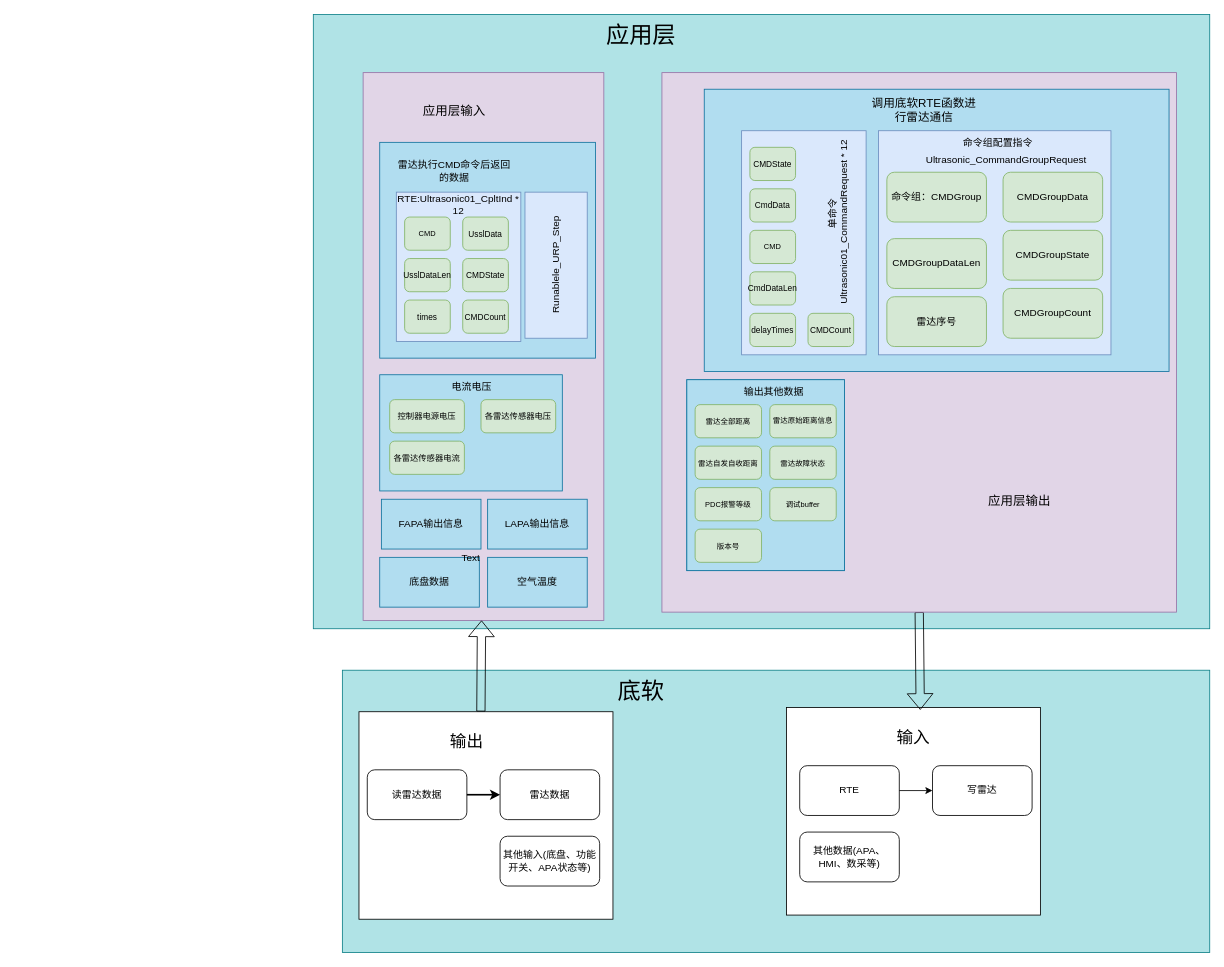
The draw.io diagram page "第 9 页" (6 of 6) of YDU2.0/YDU2.0算法架构.drawio in bugquella/diagrams, before the edit. Source tidied: cells renumbered, new cells numbered last; positions are measured from the earlier drawing's top-left corner, leaving out a move shared by most shapes. Both pictures are drawn from the tidied source at 83%, with x=0, y=0 at pixel (313, 14).
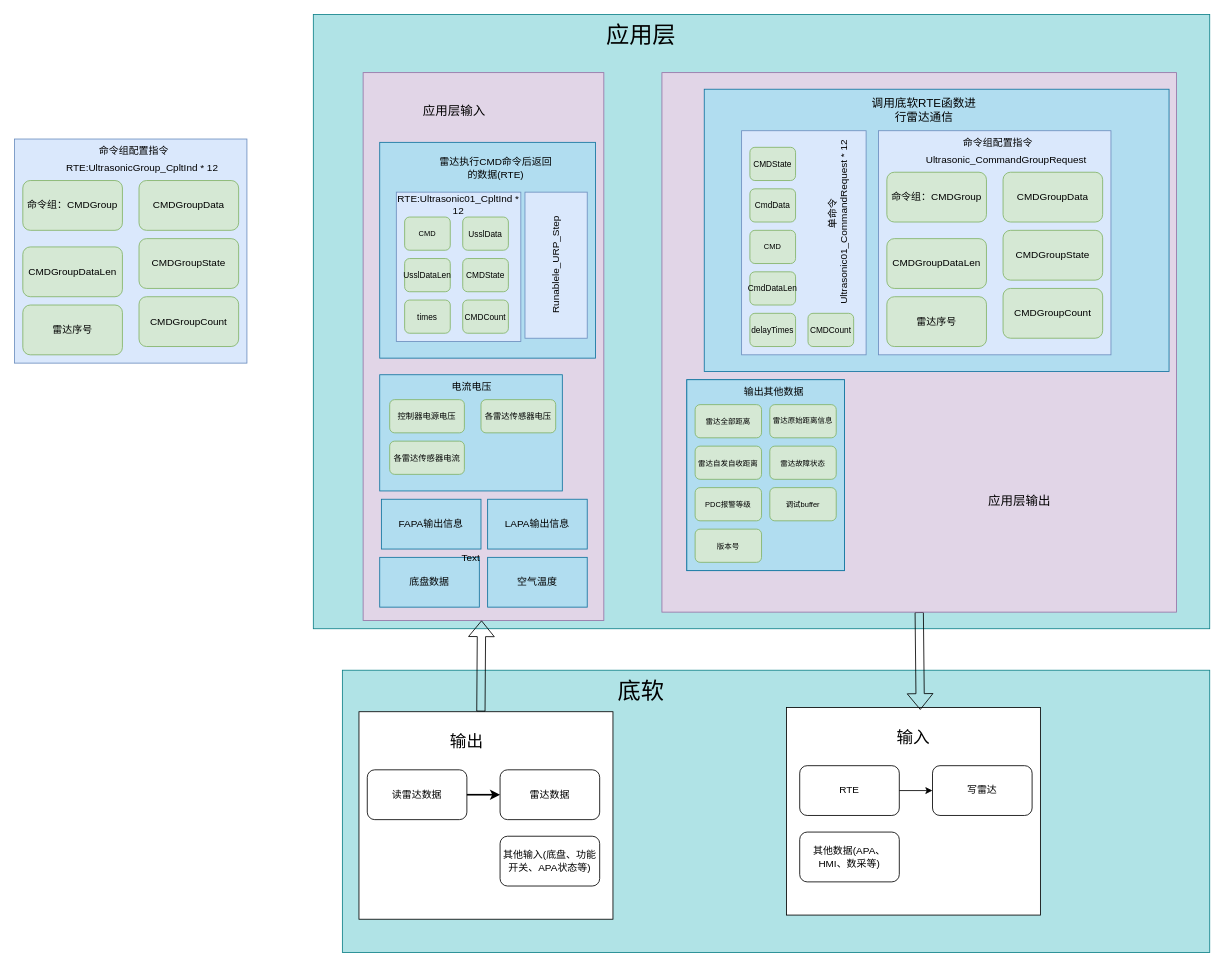
Above is the later version.

Commit message (it also covers changes not shown here):
更新YDU2.0算法架构.drawio

Unchanged cells that the change refers to:
```xml
<mxCell id="15" style="group;" parent="1" vertex="1">
  <mxGeometry x="80" y="100" width="260" height="614" as="geometry" />
</mxCell>
```

Change to the diagram source:
```diff
@@
-    <mxCell id="37" value="雷达执行CMD命令后返回的数据" style="text;html=1;strokeColor=none;fillColor=none;align=center;verticalAlign=middle;whiteSpace=wrap;rounded=0;" parent="15" vertex="1">
-      <mxGeometry x="20" y="74" width="140" height="30" as="geometry" />
+    <mxCell id="37" value="雷达执行CMD命令后返回的数据(RTE)" style="text;html=1;strokeColor=none;fillColor=none;align=center;verticalAlign=middle;whiteSpace=wrap;rounded=0;" parent="15" vertex="1">
+      <mxGeometry x="70" y="70" width="140" height="30" as="geometry" />
     </mxCell>
@@
+    <mxCell id="79" style="rounded=0;whiteSpace=wrap;html=1;fillColor=#dae8fc;strokeColor=#6c8ebf;" parent="1" vertex="1">
+      <mxGeometry x="-360" y="150" width="280" height="270" as="geometry" />
+    </mxCell>
+    <mxCell id="80" value="命令组：CMDGroup" style="rounded=1;whiteSpace=wrap;html=1;fillColor=#d5e8d4;strokeColor=#82b366;" parent="1" vertex="1">
+      <mxGeometry x="-350" y="200" width="120" height="60" as="geometry" />
+    </mxCell>
+    <mxCell id="81" value="雷达序号" style="rounded=1;whiteSpace=wrap;html=1;fillColor=#d5e8d4;strokeColor=#82b366;" parent="1" vertex="1">
+      <mxGeometry x="-350" y="350" width="120" height="60" as="geometry" />
+    </mxCell>
+    <mxCell id="82" value="CMDGroupData" style="rounded=1;whiteSpace=wrap;html=1;fillColor=#d5e8d4;strokeColor=#82b366;" parent="1" vertex="1">
+      <mxGeometry x="-210" y="200" width="120" height="60" as="geometry" />
+    </mxCell>
+    <mxCell id="83" value="CMDGroupState" style="rounded=1;whiteSpace=wrap;html=1;fillColor=#d5e8d4;strokeColor=#82b366;" parent="1" vertex="1">
+      <mxGeometry x="-210" y="270" width="120" height="60" as="geometry" />
+    </mxCell>
+    <mxCell id="84" value="CMDGroupDataLen" style="rounded=1;whiteSpace=wrap;html=1;fillColor=#d5e8d4;strokeColor=#82b366;" parent="1" vertex="1">
+      <mxGeometry x="-350" y="280" width="120" height="60" as="geometry" />
+    </mxCell>
+    <mxCell id="85" value="CMDGroupCount" style="rounded=1;whiteSpace=wrap;html=1;fillColor=#d5e8d4;strokeColor=#82b366;" parent="1" vertex="1">
+      <mxGeometry x="-210" y="340" width="120" height="60" as="geometry" />
+    </mxCell>
+    <mxCell id="86" value="命令组配置指令" style="text;html=1;strokeColor=none;fillColor=none;align=center;verticalAlign=middle;whiteSpace=wrap;rounded=0;" parent="1" vertex="1">
+      <mxGeometry x="-271" y="150" width="110" height="30" as="geometry" />
+    </mxCell>
+    <mxCell id="87" value="&lt;a name=&quot;OLE_LINK37&quot;&gt;RTE:UltrasonicGroup_CpltInd * 12&lt;/a&gt;" style="text;html=1;strokeColor=none;fillColor=none;align=center;verticalAlign=middle;whiteSpace=wrap;rounded=0;" parent="1" vertex="1">
+      <mxGeometry x="-311" y="170" width="210" height="30" as="geometry" />
+    </mxCell>
```
